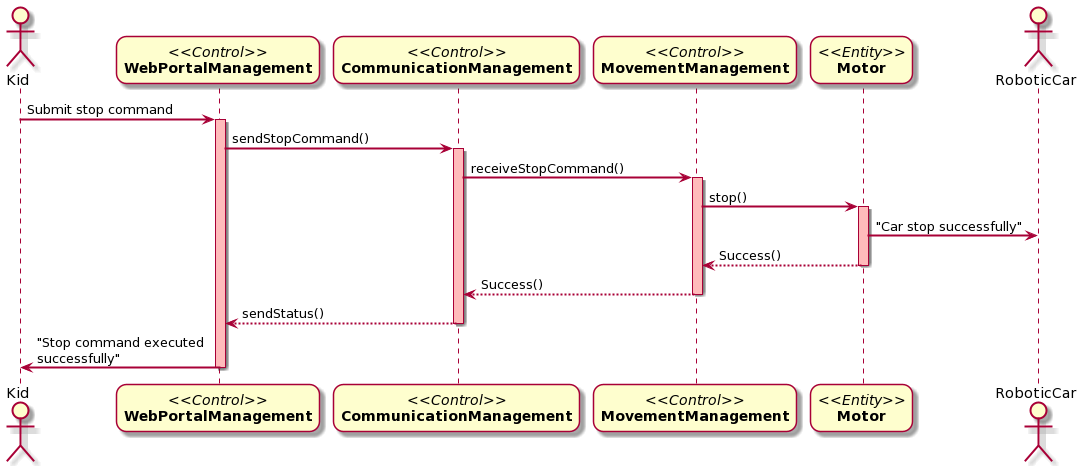
Earlier version of the PlantUML export Docs/Sequence Diagrams/Project Sequence-Diagram-UC6.png (DanielFYJ/2101-2201-Project).
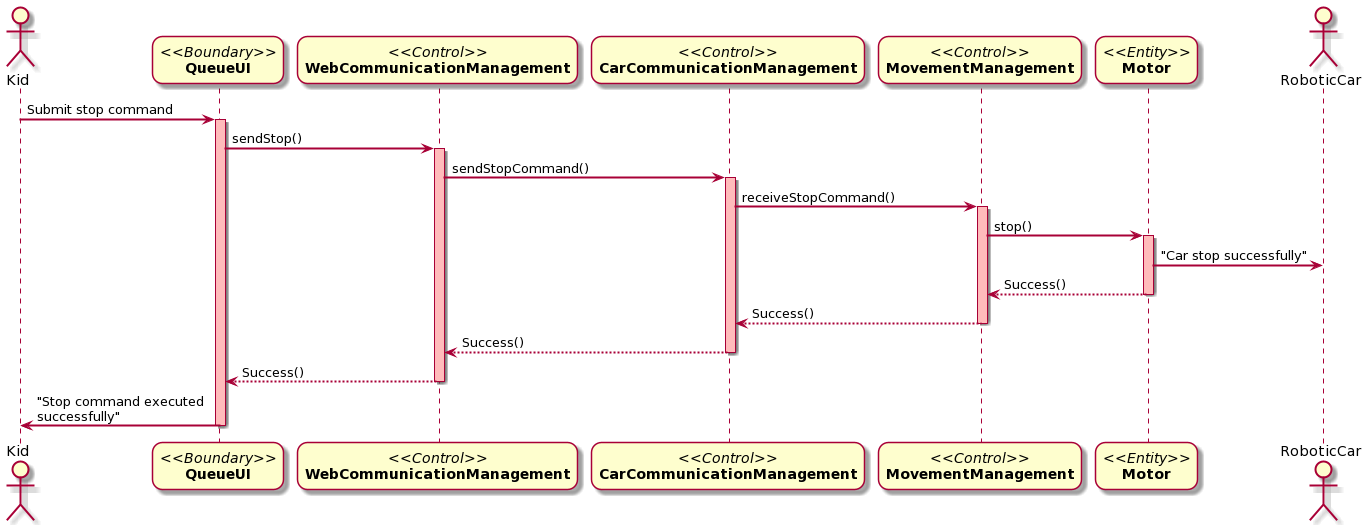
After the commit.

Commit message:
Update Sequence Diagram

The edit, as a diff of the source:
```diff
@@ -3,17 +3,19 @@
 skinparam roundcorner 20
 skinparam maxmessagesize 200
 actor "Kid" as kid
-participant "//<<Control>>//\n**WebPortalManagement**" as WebPortal
-participant "//<<Control>>//\n**CommunicationManagement**" as RoboticCarManagement
+participant "//<<Boundary>>//\n**QueueUI**" as Queue
+participant "//<<Control>>//\n**WebCommunicationManagement**" as WebPortal
+participant "//<<Control>>//\n**CarCommunicationManagement**" as RoboticCarManagement
 participant "//<<Control>>//\n**MovementManagement**" as B
 participant "//<<Entity>>//\n**Motor**" as C
 actor "RoboticCar" as RC
-kid -> WebPortal : Submit stop command
+kid -> Queue : Submit stop command
+activate Queue #FFBBBB
+Queue -> WebPortal : sendStop()
 activate WebPortal #FFBBBB
 WebPortal -> RoboticCarManagement : sendStopCommand()
 activate RoboticCarManagement #FFBBBB
 RoboticCarManagement -> B : receiveStopCommand()
-
 activate B #FFBBBB
 B-> C : stop()
 activate C #FFBBBB
@@ -22,8 +24,10 @@
 deactivate C
 B --> RoboticCarManagement: Success()
 deactivate B
-RoboticCarManagement --> WebPortal: sendStatus()
+RoboticCarManagement --> WebPortal: Success()
 deactivate RoboticCarManagement
-WebPortal -> kid : "Stop command executed successfully"
+WebPortal --> Queue: Success()
 deactivate WebPortal
+Queue -> kid : "Stop command executed successfully"
+deactivate Queue
 @enduml
```
